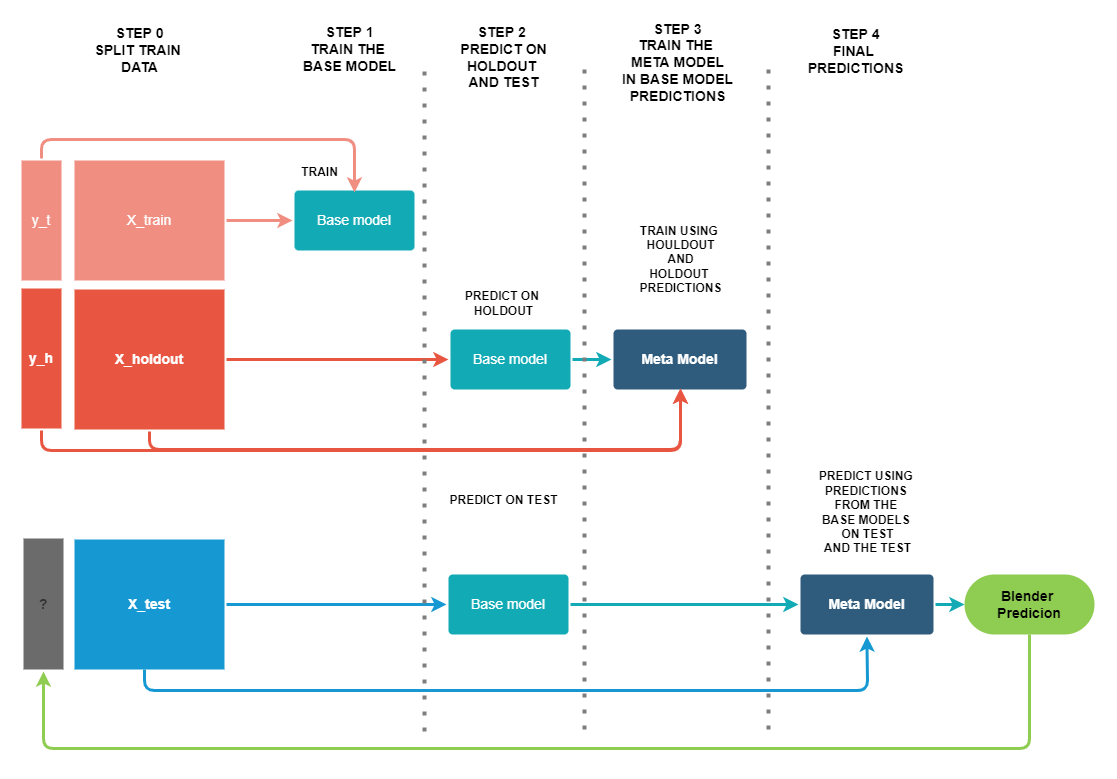
The draw.io diagram blending/blending_scheme.png in maikereis/ensembling_techniques, before a commit. Source tidied: cells renumbered, new cells last; positions are measured from the earlier drawing's top-left corner, leaving out a move shared by most shapes.
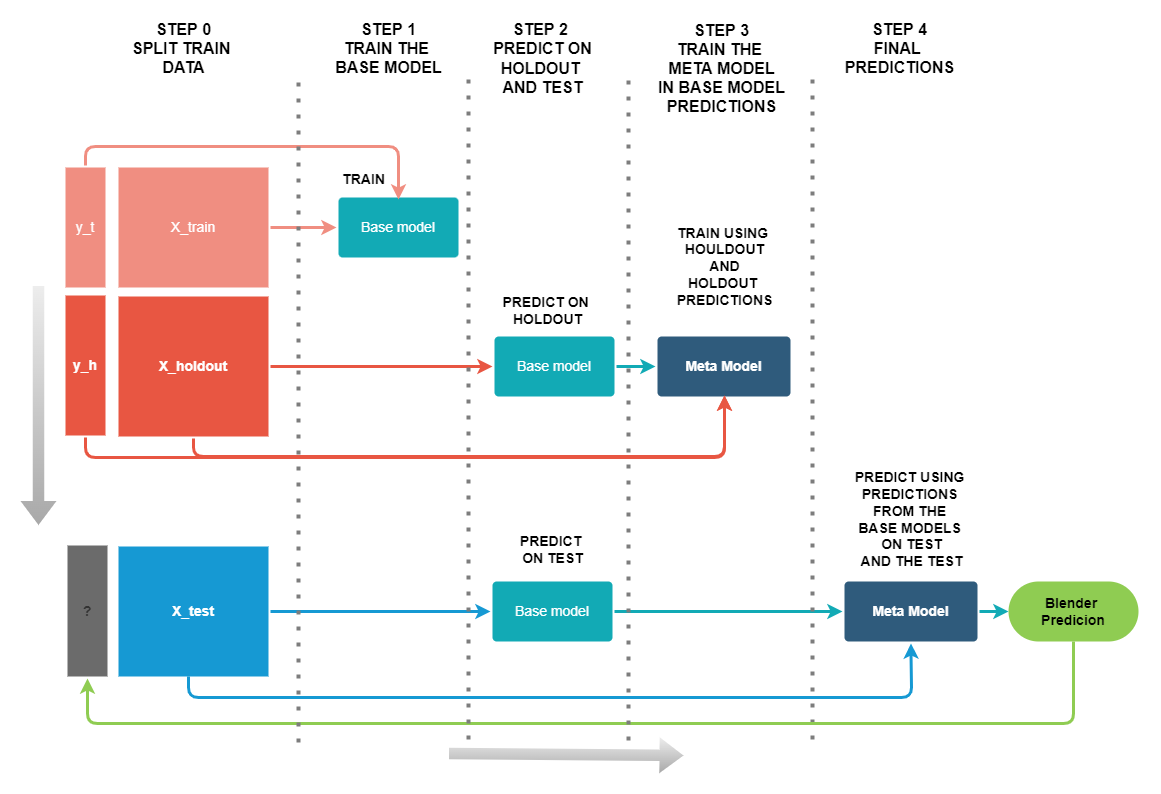
The same file after the commit.

Commit message:
add LICENSE and diagrams

The edit, as a diff of the source:
```diff
@@ -20,8 +20,8 @@
     <mxCell id="7" style="edgeStyle=none;rounded=1;jumpStyle=none;html=1;shadow=0;labelBackgroundColor=none;startArrow=none;startFill=0;jettySize=auto;strokeColor=#E85642;strokeWidth=3;fontFamily=Helvetica;fontSize=14;fontColor=#FFFFFF;spacing=5;fontStyle=1;fillColor=#b0e3e6;exitX=1;exitY=0.5;exitDx=0;exitDy=0;entryX=0;entryY=0.5;entryDx=0;entryDy=0;" parent="1" edge="1" source="3" target="5">
       <mxGeometry relative="1" as="geometry" />
     </mxCell>
-    <mxCell id="8" value="&lt;b&gt;PREDICT ON &lt;br&gt;HOLDOUT&lt;/b&gt;" style="text;html=1;align=center;verticalAlign=middle;strokeColor=none;fillColor=none;" parent="1" vertex="1">
-      <mxGeometry x="437" y="266" width="90" height="30" as="geometry" />
+    <mxCell id="8" value="&lt;b&gt;&lt;font style=&quot;font-size: 14px&quot;&gt;PREDICT ON &lt;br&gt;HOLDOUT&lt;/font&gt;&lt;/b&gt;" style="text;html=1;align=center;verticalAlign=middle;strokeColor=none;fillColor=none;" parent="1" vertex="1">
+      <mxGeometry x="432" y="261" width="100" height="40" as="geometry" />
     </mxCell>
     <mxCell id="9" value="Meta Model" style="rounded=1;whiteSpace=wrap;html=1;shadow=0;labelBackgroundColor=none;strokeColor=none;strokeWidth=3;fillColor=#2F5B7C;fontFamily=Helvetica;fontSize=14;fontColor=#FFFFFF;align=center;spacing=5;fontStyle=1;arcSize=7;perimeterSpacing=2;" parent="1" vertex="1">
       <mxGeometry x="592" y="307" width="133" height="60" as="geometry" />
@@ -29,8 +29,8 @@
     <mxCell id="10" style="edgeStyle=none;rounded=1;jumpStyle=none;html=1;shadow=0;labelBackgroundColor=none;startArrow=none;startFill=0;jettySize=auto;strokeColor=#12AAB5;strokeWidth=3;fontFamily=Helvetica;fontSize=14;fontColor=#FFFFFF;spacing=5;fontStyle=1;fillColor=#b0e3e6;exitX=1;exitY=0.5;exitDx=0;exitDy=0;entryX=0;entryY=0.5;entryDx=0;entryDy=0;" parent="1" edge="1" source="5" target="9">
       <mxGeometry relative="1" as="geometry" />
     </mxCell>
-    <mxCell id="11" value="&lt;b&gt;TRAIN USING &lt;br&gt;HOULDOUT&lt;br&gt;AND&lt;br&gt;HOLDOUT &lt;br&gt;PREDICTIONS&lt;/b&gt;" style="text;html=1;align=center;verticalAlign=middle;strokeColor=none;fillColor=none;" parent="1" vertex="1">
-      <mxGeometry x="608.5" y="197" width="100" height="80" as="geometry" />
+    <mxCell id="11" value="&lt;b&gt;&lt;font style=&quot;font-size: 14px&quot;&gt;TRAIN USING &lt;br&gt;HOULDOUT&lt;br&gt;AND&lt;br&gt;HOLDOUT &lt;br&gt;PREDICTIONS&lt;/font&gt;&lt;/b&gt;" style="text;html=1;align=center;verticalAlign=middle;strokeColor=none;fillColor=none;" parent="1" vertex="1">
+      <mxGeometry x="603.5" y="197" width="110" height="80" as="geometry" />
     </mxCell>
     <mxCell id="12" value="y_t" style="rounded=1;whiteSpace=wrap;html=1;shadow=0;labelBackgroundColor=none;strokeColor=none;strokeWidth=3;fillColor=#f08e81;fontFamily=Helvetica;fontSize=14;fontColor=#FFFFFF;align=center;spacing=5;fontStyle=0;arcSize=0;perimeterSpacing=2;" parent="1" vertex="1">
       <mxGeometry y="138" width="40" height="120" as="geometry" />
@@ -55,14 +55,14 @@
         </Array>
       </mxGeometry>
     </mxCell>
-    <mxCell id="16" value="&lt;b&gt;&lt;font style=&quot;font-size: 14px&quot;&gt;STEP 1&lt;br&gt;TRAIN THE &lt;br&gt;BASE MODEL&lt;/font&gt;&lt;/b&gt;" style="text;html=1;align=center;verticalAlign=middle;strokeColor=none;fillColor=none;" parent="1" vertex="1">
-      <mxGeometry x="273" y="2" width="110" height="50" as="geometry" />
+    <mxCell id="16" value="&lt;b&gt;&lt;font style=&quot;font-size: 16px&quot;&gt;STEP 1&lt;br&gt;TRAIN THE &lt;br&gt;BASE MODEL&lt;/font&gt;&lt;/b&gt;" style="text;html=1;align=center;verticalAlign=middle;strokeColor=none;fillColor=none;" parent="1" vertex="1">
+      <mxGeometry x="263" y="-6" width="120" height="50" as="geometry" />
     </mxCell>
-    <mxCell id="17" value="&lt;b&gt;&lt;font style=&quot;font-size: 14px&quot;&gt;STEP 2&amp;nbsp;&lt;br&gt;PREDICT ON&lt;br&gt;HOLDOUT &lt;br&gt;AND TEST&lt;br&gt;&lt;/font&gt;&lt;/b&gt;" style="text;html=1;align=center;verticalAlign=middle;strokeColor=none;fillColor=none;" parent="1" vertex="1">
-      <mxGeometry x="432" width="100" height="70" as="geometry" />
+    <mxCell id="17" value="&lt;b&gt;&lt;font&gt;&lt;font style=&quot;font-size: 16px&quot;&gt;STEP 2&amp;nbsp;&lt;br&gt;PREDICT ON&lt;br&gt;HOLDOUT &lt;br&gt;AND TEST&lt;/font&gt;&lt;br&gt;&lt;/font&gt;&lt;/b&gt;" style="text;html=1;align=center;verticalAlign=middle;strokeColor=none;fillColor=none;" parent="1" vertex="1">
+      <mxGeometry x="422" y="-6" width="110" height="70" as="geometry" />
     </mxCell>
-    <mxCell id="18" value="&lt;font&gt;&lt;span style=&quot;font-size: 14px&quot;&gt;&lt;b&gt;STEP 3&lt;/b&gt;&lt;/span&gt;&lt;br&gt;&lt;span style=&quot;font-size: 14px&quot;&gt;&lt;b&gt;TRAIN THE &lt;br&gt;META MODEL&lt;br&gt;&amp;nbsp;IN BASE MODEL &lt;br&gt;PREDICTIONS&lt;/b&gt;&lt;/span&gt;&lt;br&gt;&lt;/font&gt;" style="text;html=1;align=center;verticalAlign=middle;strokeColor=none;fillColor=none;" parent="1" vertex="1">
-      <mxGeometry x="590.5" width="130" height="80" as="geometry" />
+    <mxCell id="18" value="&lt;font&gt;&lt;font style=&quot;font-size: 16px&quot;&gt;&lt;b&gt;STEP 3&lt;/b&gt;&lt;br&gt;&lt;b&gt;TRAIN THE &lt;br&gt;META MODEL&lt;br&gt;&amp;nbsp;IN BASE MODEL &lt;br&gt;PREDICTIONS&lt;/b&gt;&lt;/font&gt;&lt;br&gt;&lt;/font&gt;" style="text;html=1;align=center;verticalAlign=middle;strokeColor=none;fillColor=none;" parent="1" vertex="1">
+      <mxGeometry x="580.5" y="-1" width="150" height="80" as="geometry" />
     </mxCell>
     <mxCell id="19" style="edgeStyle=none;rounded=1;jumpStyle=none;html=1;shadow=0;labelBackgroundColor=none;startArrow=none;startFill=0;jettySize=auto;orthogonalLoop=1;strokeColor=#E85642;strokeWidth=3;fontFamily=Helvetica;fontSize=14;fontColor=#FFFFFF;spacing=5;fontStyle=1;fillColor=#b0e3e6;" parent="1" edge="1">
       <mxGeometry relative="1" as="geometry">
@@ -79,11 +79,11 @@
     <mxCell id="22" style="edgeStyle=none;rounded=0;jumpStyle=none;html=1;shadow=0;labelBackgroundColor=none;startArrow=none;startFill=0;endArrow=classic;endFill=1;jettySize=auto;strokeColor=#1699D3;strokeWidth=3;fontFamily=Helvetica;fontSize=14;fontColor=#FFFFFF;spacing=5;exitX=1;exitY=0.5;exitDx=0;exitDy=0;entryX=0;entryY=0.5;entryDx=0;entryDy=0;" parent="1" edge="1" source="20" target="21">
       <mxGeometry relative="1" as="geometry" />
     </mxCell>
-    <mxCell id="23" value="&lt;b&gt;TRAIN&lt;/b&gt;" style="text;html=1;align=center;verticalAlign=middle;strokeColor=none;fillColor=none;" parent="1" vertex="1">
-      <mxGeometry x="273" y="140" width="50" height="20" as="geometry" />
+    <mxCell id="23" value="&lt;b&gt;&lt;font style=&quot;font-size: 14px&quot;&gt;TRAIN&lt;/font&gt;&lt;/b&gt;" style="text;html=1;align=center;verticalAlign=middle;strokeColor=none;fillColor=none;" parent="1" vertex="1">
+      <mxGeometry x="268" y="140" width="60" height="20" as="geometry" />
     </mxCell>
-    <mxCell id="24" value="&lt;b&gt;PREDICT ON TEST&lt;/b&gt;" style="text;html=1;align=center;verticalAlign=middle;strokeColor=none;fillColor=none;" parent="1" vertex="1">
-      <mxGeometry x="422" y="468" width="120" height="20" as="geometry" />
+    <mxCell id="24" value="&lt;b&gt;&lt;font style=&quot;font-size: 14px&quot;&gt;PREDICT &lt;br&gt;ON TEST&lt;/font&gt;&lt;/b&gt;" style="text;html=1;align=center;verticalAlign=middle;strokeColor=none;fillColor=none;" parent="1" vertex="1">
+      <mxGeometry x="447" y="500" width="80" height="40" as="geometry" />
     </mxCell>
     <mxCell id="25" style="edgeStyle=none;rounded=1;jumpStyle=none;html=1;shadow=0;labelBackgroundColor=none;startArrow=none;startFill=0;jettySize=auto;strokeColor=#12AAB5;strokeWidth=3;fontFamily=Helvetica;fontSize=14;fontColor=#FFFFFF;spacing=5;fontStyle=1;fillColor=#b0e3e6;exitX=1;exitY=0.5;exitDx=0;exitDy=0;entryX=0;entryY=0.5;entryDx=0;entryDy=0;" parent="1" edge="1" source="21" target="26">
       <mxGeometry relative="1" as="geometry" />
@@ -93,21 +93,22 @@
     </mxCell>
     <mxCell id="27" style="endArrow=none;dashed=1;html=1;dashPattern=1 3;strokeWidth=4;rounded=1;fontSize=14;strokeColor=#7D7D7D;" parent="1" edge="1">
       <mxGeometry relative="1" as="geometry">
-        <mxPoint x="747" y="707" as="sourcePoint" />
-        <mxPoint x="747" y="40" as="targetPoint" />
+        <mxPoint x="747" y="710" as="sourcePoint" />
+        <mxPoint x="747" y="43" as="targetPoint" />
         <Array as="points">
-          <mxPoint x="747" y="408" />
+          <mxPoint x="747" y="411" />
+          <mxPoint x="747" y="174" />
         </Array>
       </mxGeometry>
     </mxCell>
-    <mxCell id="28" value="&lt;b&gt;&lt;font style=&quot;font-size: 14px&quot;&gt;STEP 4&lt;br&gt;FINAL &lt;br&gt;PREDICTIONS&lt;/font&gt;&lt;/b&gt;" style="text;html=1;align=center;verticalAlign=middle;strokeColor=none;fillColor=none;" parent="1" vertex="1">
-      <mxGeometry x="779" y="4" width="110" height="50" as="geometry" />
+    <mxCell id="28" value="&lt;b&gt;&lt;font style=&quot;font-size: 16px&quot;&gt;STEP 4&lt;br&gt;FINAL &lt;br&gt;PREDICTIONS&lt;/font&gt;&lt;/b&gt;" style="text;html=1;align=center;verticalAlign=middle;strokeColor=none;fillColor=none;" parent="1" vertex="1">
+      <mxGeometry x="774" y="-6" width="120" height="50" as="geometry" />
     </mxCell>
     <mxCell id="29" style="edgeStyle=orthogonalEdgeStyle;rounded=1;jettySize=auto;html=1;exitX=0.5;exitY=1;exitDx=0;exitDy=0;entryX=0.5;entryY=1;entryDx=0;entryDy=0;strokeWidth=3;strokeColor=#8FCC52;" parent="1" edge="1" source="30" target="36">
       <mxGeometry relative="1" as="geometry">
         <Array as="points">
-          <mxPoint x="1008" y="726" />
-          <mxPoint x="22" y="726" />
+          <mxPoint x="1008" y="694" />
+          <mxPoint x="22" y="694" />
         </Array>
       </mxGeometry>
     </mxCell>
@@ -117,11 +118,11 @@
     <mxCell id="31" style="edgeStyle=none;rounded=1;jumpStyle=none;html=1;shadow=0;labelBackgroundColor=none;startArrow=none;startFill=0;jettySize=auto;strokeColor=#12AAB5;strokeWidth=3;fontFamily=Helvetica;fontSize=14;fontColor=#FFFFFF;spacing=5;fontStyle=1;fillColor=#b0e3e6;exitX=1;exitY=0.5;exitDx=0;exitDy=0;entryX=0;entryY=0.5;entryDx=0;entryDy=0;" parent="1" edge="1" source="26" target="30">
       <mxGeometry relative="1" as="geometry" />
     </mxCell>
-    <mxCell id="32" value="&lt;b&gt;&lt;font style=&quot;font-size: 14px&quot;&gt;STEP 0&lt;br&gt;SPLIT TRAIN &lt;br&gt;DATA&lt;br&gt;&lt;/font&gt;&lt;/b&gt;" style="text;html=1;align=center;verticalAlign=middle;strokeColor=none;fillColor=none;" parent="1" vertex="1">
-      <mxGeometry x="68" y="3" width="100" height="50" as="geometry" />
+    <mxCell id="32" value="&lt;b&gt;&lt;font&gt;&lt;font style=&quot;font-size: 16px&quot;&gt;STEP 0&lt;br&gt;SPLIT TRAIN &lt;br&gt;DATA&lt;/font&gt;&lt;br&gt;&lt;/font&gt;&lt;/b&gt;" style="text;html=1;align=center;verticalAlign=middle;strokeColor=none;fillColor=none;" parent="1" vertex="1">
+      <mxGeometry x="63" y="-6" width="110" height="50" as="geometry" />
     </mxCell>
-    <mxCell id="33" value="&lt;b&gt;PREDICT USING &lt;br&gt;PREDICTIONS &lt;br&gt;FROM THE &lt;br&gt;BASE MODELS &lt;br&gt;ON TEST&lt;br&gt;AND THE TEST&lt;br&gt;&lt;/b&gt;" style="text;html=1;align=center;verticalAlign=middle;strokeColor=none;fillColor=none;" parent="1" vertex="1">
-      <mxGeometry x="790.5" y="445" width="110" height="90" as="geometry" />
+    <mxCell id="33" value="&lt;b&gt;&lt;font style=&quot;font-size: 14px&quot;&gt;PREDICT USING &lt;br&gt;PREDICTIONS &lt;br&gt;FROM THE &lt;br&gt;BASE MODELS &lt;br&gt;ON TEST&lt;br&gt;AND THE TEST&lt;/font&gt;&lt;br&gt;&lt;/b&gt;" style="text;html=1;align=center;verticalAlign=middle;strokeColor=none;fillColor=none;" parent="1" vertex="1">
+      <mxGeometry x="780.5" y="440" width="130" height="100" as="geometry" />
     </mxCell>
     <mxCell id="34" style="edgeStyle=none;rounded=1;jumpStyle=none;html=1;shadow=0;labelBackgroundColor=none;startArrow=none;startFill=0;jettySize=auto;strokeColor=#E85642;strokeWidth=3;fontFamily=Helvetica;fontSize=14;fontColor=#FFFFFF;spacing=5;fontStyle=1;fillColor=#b0e3e6;exitX=0.5;exitY=1;exitDx=0;exitDy=0;" parent="1" edge="1" source="3">
       <mxGeometry relative="1" as="geometry">
@@ -145,21 +146,42 @@
     </mxCell>
     <mxCell id="37" style="endArrow=none;dashed=1;html=1;dashPattern=1 3;strokeWidth=4;rounded=1;fontSize=14;strokeColor=#7D7D7D;" parent="1" edge="1">
       <mxGeometry relative="1" as="geometry">
-        <mxPoint x="563" y="707" as="sourcePoint" />
-        <mxPoint x="563" y="40" as="targetPoint" />
+        <mxPoint x="563" y="711" as="sourcePoint" />
+        <mxPoint x="563" y="44" as="targetPoint" />
         <Array as="points">
-          <mxPoint x="563" y="408" />
+          <mxPoint x="563" y="412" />
         </Array>
       </mxGeometry>
     </mxCell>
     <mxCell id="38" style="endArrow=none;dashed=1;html=1;dashPattern=1 3;strokeWidth=4;rounded=1;fontSize=14;strokeColor=#7D7D7D;" parent="1" edge="1">
       <mxGeometry relative="1" as="geometry">
-        <mxPoint x="403" y="709" as="sourcePoint" />
-        <mxPoint x="403" y="42" as="targetPoint" />
+        <mxPoint x="403" y="710" as="sourcePoint" />
+        <mxPoint x="403" y="43" as="targetPoint" />
         <Array as="points">
-          <mxPoint x="403" y="410" />
+          <mxPoint x="403" y="411" />
         </Array>
       </mxGeometry>
     </mxCell>
+    <mxCell id="39" style="shape=flexArrow;endArrow=classic;html=1;rounded=0;fontSize=16;strokeColor=none;strokeWidth=1;width=11.428571428571429;endSize=7.671428571428572;endWidth=23.6734693877551;fillColor=#A8A8A8;gradientColor=#EDEDED;gradientDirection=north;" parent="1" edge="1">
+      <mxGeometry relative="1" as="geometry">
+        <mxPoint x="-27" y="256" as="sourcePoint" />
+        <mxPoint x="-27" y="496" as="targetPoint" />
+      </mxGeometry>
+    </mxCell>
+    <mxCell id="40" style="shape=flexArrow;endArrow=classic;html=1;rounded=0;fontSize=16;strokeColor=none;strokeWidth=1;width=11.428571428571429;endSize=7.671428571428572;endWidth=23.6734693877551;fillColor=#A8A8A8;gradientColor=#EDEDED;gradientDirection=north;" parent="1" edge="1">
+      <mxGeometry relative="1" as="geometry">
+        <mxPoint x="383" y="724" as="sourcePoint" />
+        <mxPoint x="618.5" y="726" as="targetPoint" />
+      </mxGeometry>
+    </mxCell>
+    <mxCell id="41" style="endArrow=none;dashed=1;html=1;dashPattern=1 3;strokeWidth=4;rounded=1;fontSize=14;strokeColor=#7D7D7D;" parent="1" edge="1">
+      <mxGeometry relative="1" as="geometry">
+        <mxPoint x="233" y="713" as="sourcePoint" />
+        <mxPoint x="233" y="46" as="targetPoint" />
+        <Array as="points">
+          <mxPoint x="233" y="414" />
+        </Array>
+      </mxGeometry>
+    </mxCell>
   </root>
 </mxGraphModel>
```
